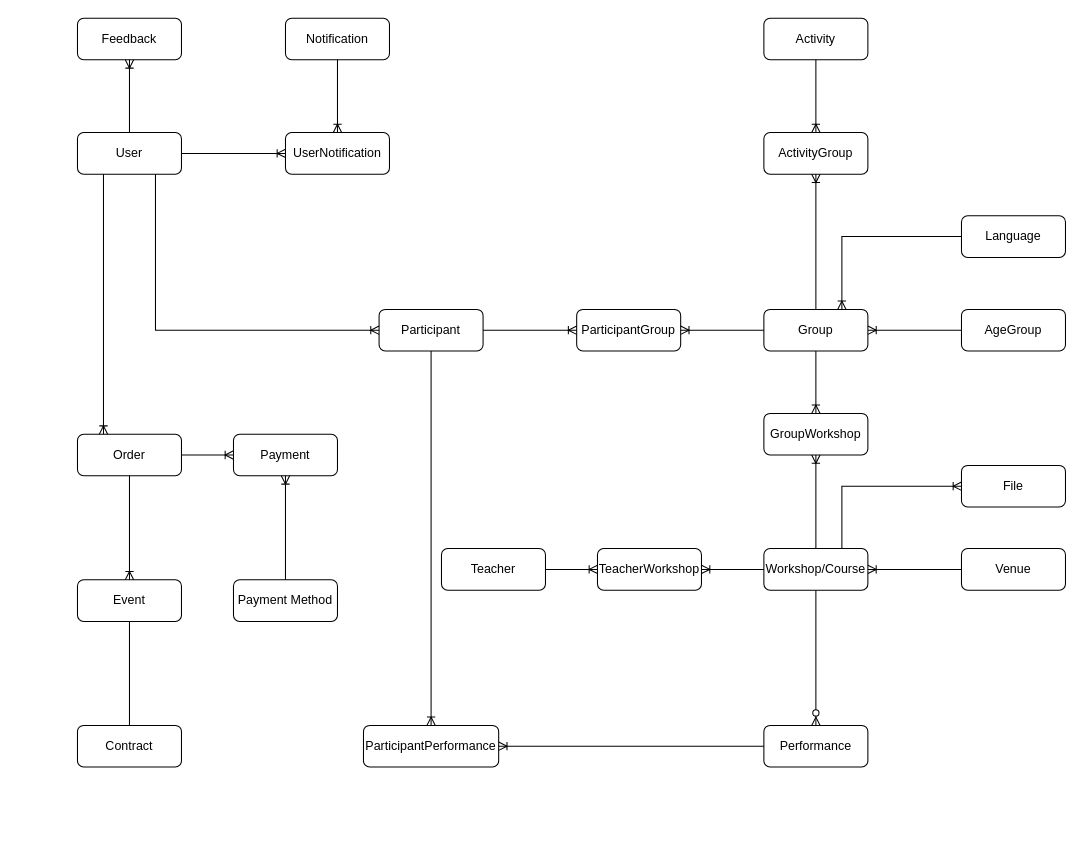
OleksiyKharkiv/lebens_rhythmus keeps this draw.io diagram as docs/erm.drawio. Above is the earlier version. Source tidied: cells renumbered, new cells numbered last; positions are measured from the earlier drawing's top-left corner, leaving out a move shared by most shapes. Both pictures are drawn from the tidied source at 104%, with x=0, y=0 at pixel (77, 18).
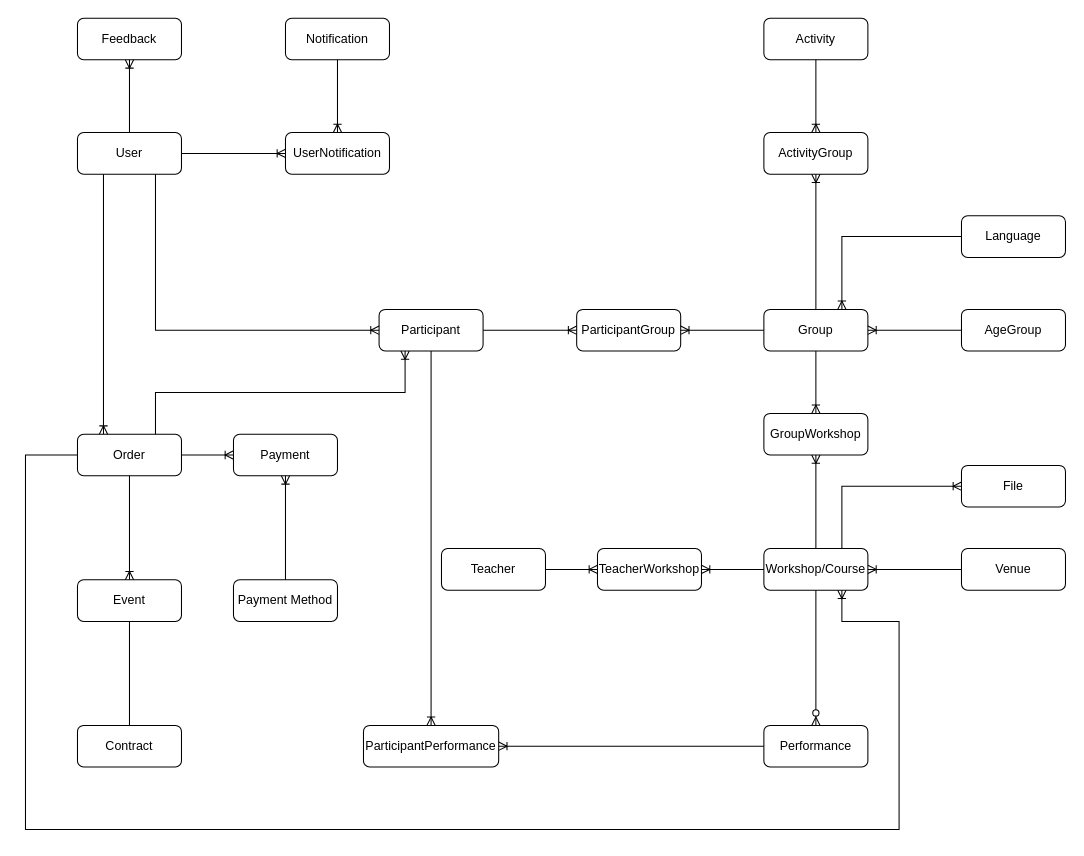
Above is the later version.

The change refers to these unchanged cells:
```xml
<mxCell id="3" value="Participant" style="rounded=1;whiteSpace=wrap;html=1;" parent="1" vertex="1">
  <mxGeometry x="290" y="280" width="100" height="40" as="geometry" />
</mxCell>
<mxCell id="7" value="Workshop/Course" style="rounded=1;whiteSpace=wrap;html=1;" parent="1" vertex="1">
  <mxGeometry x="660" y="510" width="100" height="40" as="geometry" />
</mxCell>
<mxCell id="11" value="Order" style="rounded=1;whiteSpace=wrap;html=1;" parent="1" vertex="1">
  <mxGeometry y="400" width="100" height="40" as="geometry" />
</mxCell>
```

What changed in the source:
```diff
@@
+    <mxCell id="50" style="edgeStyle=orthogonalEdgeStyle;fontSize=12;html=1;endArrow=ERoneToMany;rounded=0;exitX=0;exitY=0.5;exitDx=0;exitDy=0;entryX=0.75;entryY=1;entryDx=0;entryDy=0;" parent="1" edge="1" source="11" target="7">
+      <mxGeometry relative="1" as="geometry">
+        <Array as="points">
+          <mxPoint x="-50" y="420" />
+          <mxPoint x="-50" y="780" />
+          <mxPoint x="790" y="780" />
+          <mxPoint x="790" y="580" />
+          <mxPoint x="735" y="580" />
+        </Array>
+      </mxGeometry>
+    </mxCell>
+    <mxCell id="51" style="edgeStyle=orthogonalEdgeStyle;fontSize=12;html=1;endArrow=ERoneToMany;rounded=0;exitX=0.75;exitY=0;exitDx=0;exitDy=0;entryX=0.25;entryY=1;entryDx=0;entryDy=0;" parent="1" edge="1" source="11" target="3">
+      <mxGeometry relative="1" as="geometry" />
+    </mxCell>
```
